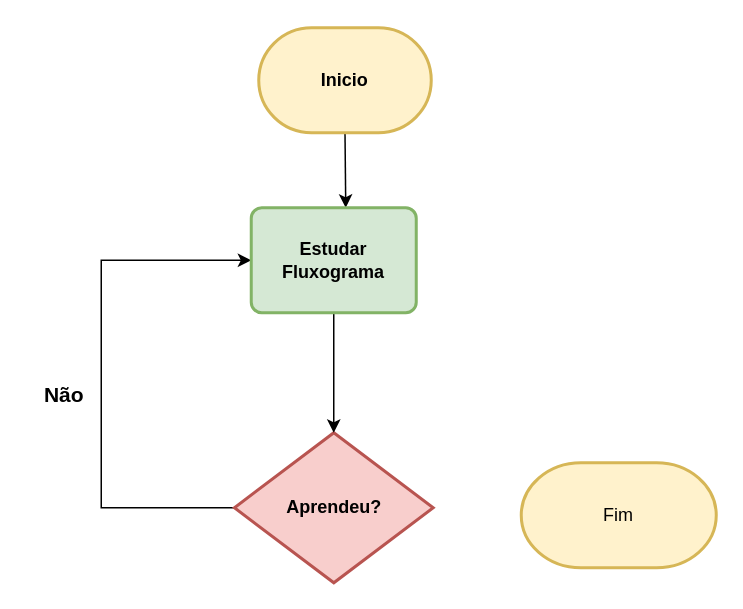
RenataFFC/Fluxograma keeps this draw.io diagram as Diagrama sem nome.drawio. Above is the earlier version. Source tidied: cells renumbered, new cells numbered last; positions are measured from the earlier drawing's top-left corner, leaving out a move shared by most shapes. Both pictures are drawn from the tidied source at 150%, with x=0, y=0 at pixel (26, 27).
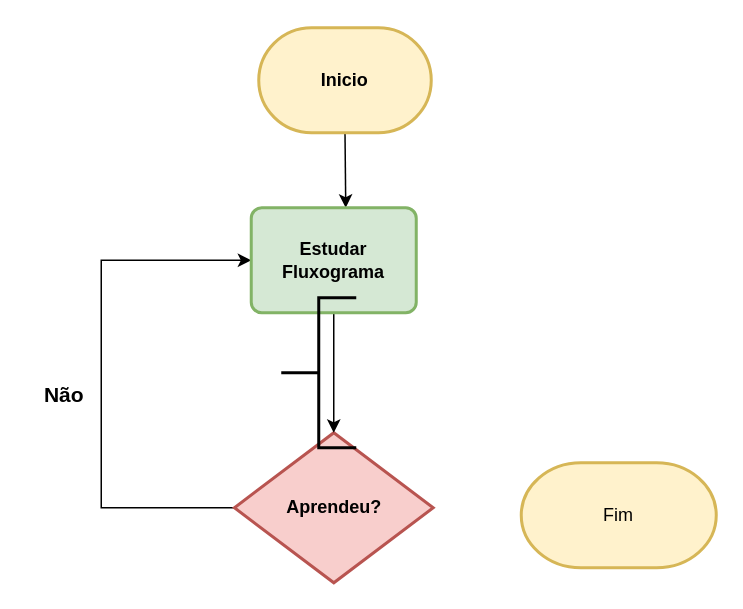
After the change.

Diff of the diagram source:
```diff
@@
 <mxGraphModel>
   <root>
     <mxCell id="0" />
     <mxCell id="1" parent="0" />
     <mxCell id="2" style="edgeStyle=elbowEdgeStyle;rounded=0;jettySize=auto;html=1;exitX=0;exitY=0.5;exitDx=0;exitDy=0;exitPerimeter=0;" parent="1" edge="1" source="3" target="7">
       <mxGeometry relative="1" as="geometry">
         <Array as="points">
           <mxPoint x="50" y="230" />
         </Array>
       </mxGeometry>
     </mxCell>
     <mxCell id="3" value="&lt;b&gt;Aprendeu?&lt;/b&gt;" style="strokeWidth=2;html=1;shape=mxgraph.flowchart.decision;whiteSpace=wrap;fillColor=#f8cecc;strokeColor=#b85450;" parent="1" vertex="1">
       <mxGeometry x="138.8" y="270" width="132.5" height="100" as="geometry" />
     </mxCell>
     <mxCell id="4" style="edgeStyle=elbowEdgeStyle;rounded=0;jettySize=auto;html=1;exitX=0.5;exitY=1;exitDx=0;exitDy=0;exitPerimeter=0;" parent="1" edge="1" source="5" target="7">
       <mxGeometry relative="1" as="geometry" />
     </mxCell>
     <mxCell id="5" value="&lt;b&gt;Inicio&lt;/b&gt;" style="strokeWidth=2;html=1;shape=mxgraph.flowchart.terminator;whiteSpace=wrap;fillColor=#fff2cc;strokeColor=#d6b656;" parent="1" vertex="1">
       <mxGeometry x="155" width="115" height="70" as="geometry" />
     </mxCell>
     <mxCell id="6" style="edgeStyle=elbowEdgeStyle;rounded=0;jettySize=auto;html=1;entryX=0.5;entryY=0;entryDx=0;entryDy=0;entryPerimeter=0;" parent="1" edge="1" source="7" target="3">
       <mxGeometry relative="1" as="geometry" />
     </mxCell>
     <mxCell id="7" value="&lt;b&gt;Estudar Fluxograma&lt;/b&gt;" style="rounded=1;whiteSpace=wrap;html=1;absoluteArcSize=1;arcSize=14;strokeWidth=2;fillColor=#d5e8d4;strokeColor=#82b366;" parent="1" vertex="1">
       <mxGeometry x="150" y="120" width="110" height="70" as="geometry" />
     </mxCell>
     <mxCell id="8" value="&lt;b&gt;&lt;font style=&quot;font-size: 14px;&quot;&gt;Não&lt;/font&gt;&lt;/b&gt;" style="text;html=1;align=center;verticalAlign=middle;strokeColor=none;fillColor=none;" parent="1" vertex="1">
       <mxGeometry y="230" width="50" height="30" as="geometry" />
     </mxCell>
     <mxCell id="9" value="Fim" style="strokeWidth=2;html=1;shape=mxgraph.flowchart.terminator;whiteSpace=wrap;fillColor=#fff2cc;strokeColor=#d6b656;" parent="1" vertex="1">
       <mxGeometry x="330" y="290" width="130" height="70" as="geometry" />
     </mxCell>
+    <mxCell id="10" style="strokeWidth=2;html=1;shape=mxgraph.flowchart.annotation_2;align=left;labelPosition=right;" parent="1" vertex="1">
+      <mxGeometry x="170" y="180" width="50" height="100" as="geometry" />
+    </mxCell>
   </root>
 </mxGraphModel>
```
